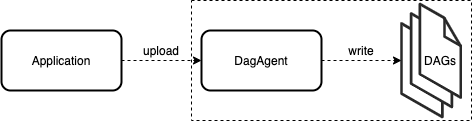
h2cone/h2cone.github.io keeps this draw.io diagram as img/airflow/dag-agent.png. Above is the earlier version. Source tidied: cells renumbered, new cells last; positions are measured from the earlier drawing's top-left corner, leaving out a move shared by most shapes.
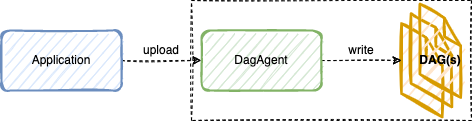
Later version of the same file.

The edit, as a diff of the source:
```diff
@@ -2,40 +2,40 @@
   <root>
     <mxCell id="0" />
     <mxCell id="1" parent="0" />
+    <mxCell id="12" style="rounded=0;whiteSpace=wrap;html=1;fillColor=none;dashed=1;sketch=1;" parent="1" vertex="1">
+      <mxGeometry x="190" width="280" height="120" as="geometry" />
+    </mxCell>
-    <mxCell id="2" style="verticalLabelPosition=bottom;html=1;verticalAlign=top;strokeWidth=1;align=center;dashed=0;shape=mxgraph.aws3d.file;strokeColor=#292929;" parent="1" vertex="1">
+    <mxCell id="2" style="verticalLabelPosition=bottom;html=1;verticalAlign=top;strokeWidth=1;align=center;dashed=0;shape=mxgraph.aws3d.file;strokeColor=#d79b00;sketch=1;fillColor=#ffe6cc;" parent="1" vertex="1">
       <mxGeometry x="400" y="23" width="40.8" height="93.5" as="geometry" />
     </mxCell>
-    <mxCell id="3" style="verticalLabelPosition=bottom;html=1;verticalAlign=top;strokeWidth=1;align=center;dashed=0;shape=mxgraph.aws3d.file;strokeColor=#292929;" parent="1" vertex="1">
+    <mxCell id="3" style="verticalLabelPosition=bottom;html=1;verticalAlign=top;strokeWidth=1;align=center;dashed=0;shape=mxgraph.aws3d.file;strokeColor=#d79b00;sketch=1;fillColor=#ffe6cc;" parent="1" vertex="1">
       <mxGeometry x="409.6" y="13" width="40.8" height="93.5" as="geometry" />
     </mxCell>
-    <mxCell id="4" style="verticalLabelPosition=bottom;html=1;verticalAlign=top;strokeWidth=1;align=center;dashed=0;shape=mxgraph.aws3d.file;strokeColor=#292929;" parent="1" vertex="1">
+    <mxCell id="4" style="verticalLabelPosition=bottom;html=1;verticalAlign=top;strokeWidth=1;align=center;dashed=0;shape=mxgraph.aws3d.file;strokeColor=#d79b00;sketch=1;fillColor=#ffe6cc;" parent="1" vertex="1">
       <mxGeometry x="418.4" y="3.5" width="40.8" height="93.5" as="geometry" />
     </mxCell>
-    <mxCell id="5" value="DAGs" style="text;html=1;strokeColor=none;fillColor=none;align=center;verticalAlign=middle;whiteSpace=wrap;rounded=0;dashed=1;" parent="1" vertex="1">
+    <mxCell id="5" value="&lt;b&gt;DAG(s)&lt;/b&gt;" style="text;html=1;strokeColor=none;fillColor=none;align=center;verticalAlign=middle;whiteSpace=wrap;rounded=0;dashed=1;sketch=1;strokeWidth=1;" parent="1" vertex="1">
       <mxGeometry x="419.2" y="49.8" width="40" height="20" as="geometry" />
     </mxCell>
-    <mxCell id="6" style="edgeStyle=none;rounded=0;jettySize=auto;html=1;dashed=1;exitX=1;exitY=0.5;exitDx=0;exitDy=0;" parent="1" edge="1" source="9" target="8">
+    <mxCell id="6" style="edgeStyle=none;rounded=0;jettySize=auto;html=1;dashed=1;exitX=1;exitY=0.5;exitDx=0;exitDy=0;sketch=1;" parent="1" edge="1" source="9" target="8">
       <mxGeometry relative="1" as="geometry" />
     </mxCell>
-    <mxCell id="7" style="edgeStyle=none;rounded=0;jettySize=auto;html=1;dashed=1;" parent="1" edge="1" source="8">
+    <mxCell id="7" style="edgeStyle=none;rounded=0;jettySize=auto;html=1;dashed=1;sketch=1;" parent="1" edge="1" source="8">
       <mxGeometry relative="1" as="geometry">
         <mxPoint x="400" y="60" as="targetPoint" />
       </mxGeometry>
     </mxCell>
-    <mxCell id="8" value="DagAgent" style="rounded=1;whiteSpace=wrap;html=1;strokeWidth=2;" parent="1" vertex="1">
+    <mxCell id="8" value="DagAgent" style="rounded=1;whiteSpace=wrap;html=1;strokeWidth=2;sketch=1;fillColor=#d5e8d4;strokeColor=#82b366;" parent="1" vertex="1">
       <mxGeometry x="200" y="30" width="120" height="60" as="geometry" />
     </mxCell>
-    <mxCell id="9" value="Application" style="rounded=1;whiteSpace=wrap;html=1;strokeWidth=2;" parent="1" vertex="1">
+    <mxCell id="9" value="Application" style="rounded=1;whiteSpace=wrap;html=1;strokeWidth=2;sketch=1;fillColor=#dae8fc;strokeColor=#6c8ebf;" parent="1" vertex="1">
       <mxGeometry y="30" width="120" height="60" as="geometry" />
     </mxCell>
-    <mxCell id="10" value="upload" style="text;html=1;strokeColor=none;fillColor=none;align=center;verticalAlign=middle;whiteSpace=wrap;rounded=0;" parent="1" vertex="1">
+    <mxCell id="10" value="upload" style="text;html=1;strokeColor=none;fillColor=none;align=center;verticalAlign=middle;whiteSpace=wrap;rounded=0;sketch=1;" parent="1" vertex="1">
       <mxGeometry x="140" y="40" width="40" height="20" as="geometry" />
     </mxCell>
-    <mxCell id="11" value="write" style="text;html=1;strokeColor=none;fillColor=none;align=center;verticalAlign=middle;whiteSpace=wrap;rounded=0;" parent="1" vertex="1">
+    <mxCell id="11" value="write" style="text;html=1;strokeColor=none;fillColor=none;align=center;verticalAlign=middle;whiteSpace=wrap;rounded=0;sketch=1;" parent="1" vertex="1">
       <mxGeometry x="340" y="40" width="40" height="20" as="geometry" />
     </mxCell>
-    <mxCell id="12" style="rounded=0;whiteSpace=wrap;html=1;fillColor=none;dashed=1;" parent="1" vertex="1">
-      <mxGeometry x="190" width="280" height="120" as="geometry" />
-    </mxCell>
   </root>
 </mxGraphModel>
```
